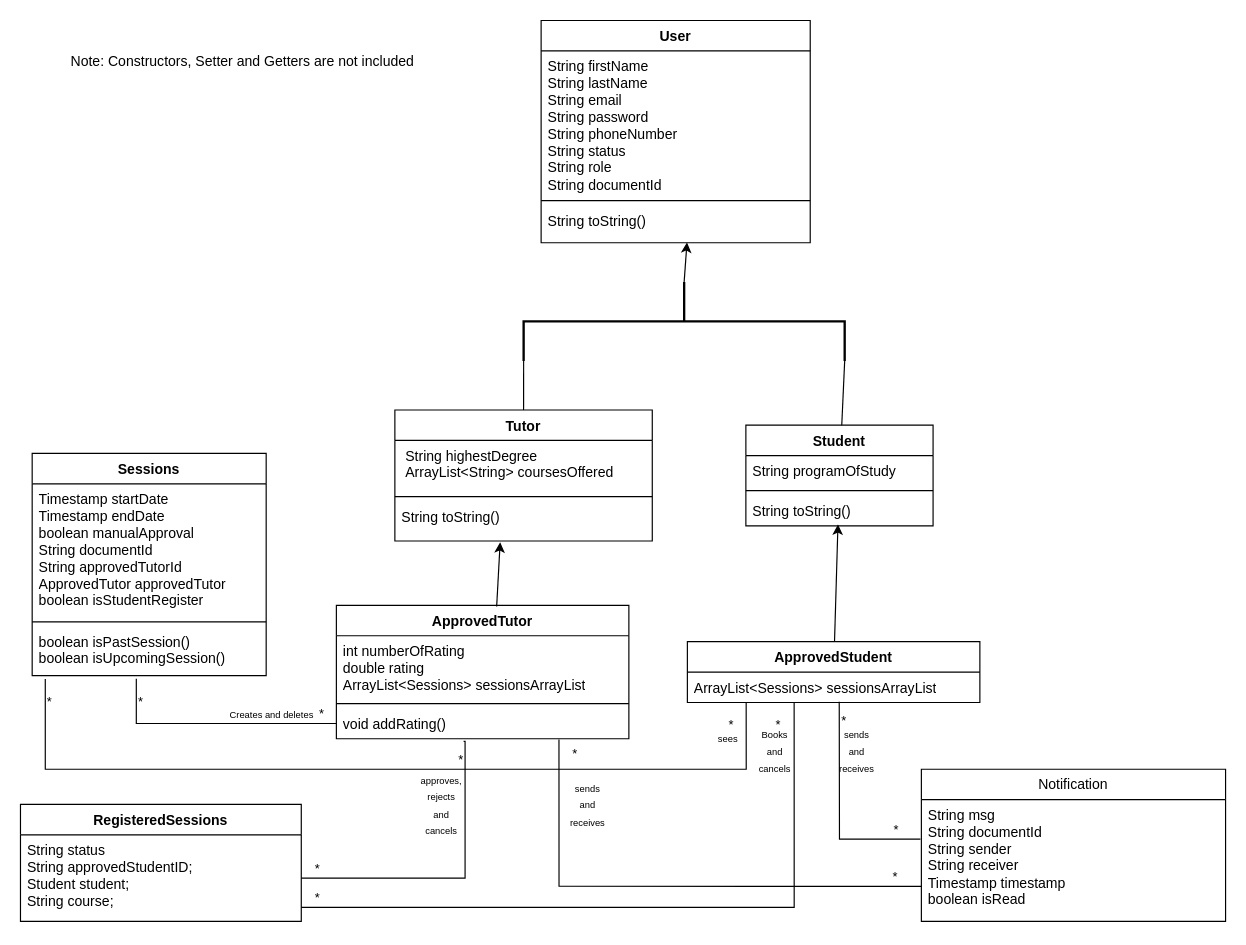
uOttawaSEG/Project-Group-15 keeps this draw.io diagram as finalUML.drawio. Above is the earlier version. Source tidied: cells renumbered, new cells numbered last; positions are measured from the earlier drawing's top-left corner, leaving out a move shared by most shapes. Both pictures are drawn from the tidied source at 117%, with x=0, y=0 at pixel (20, 20).
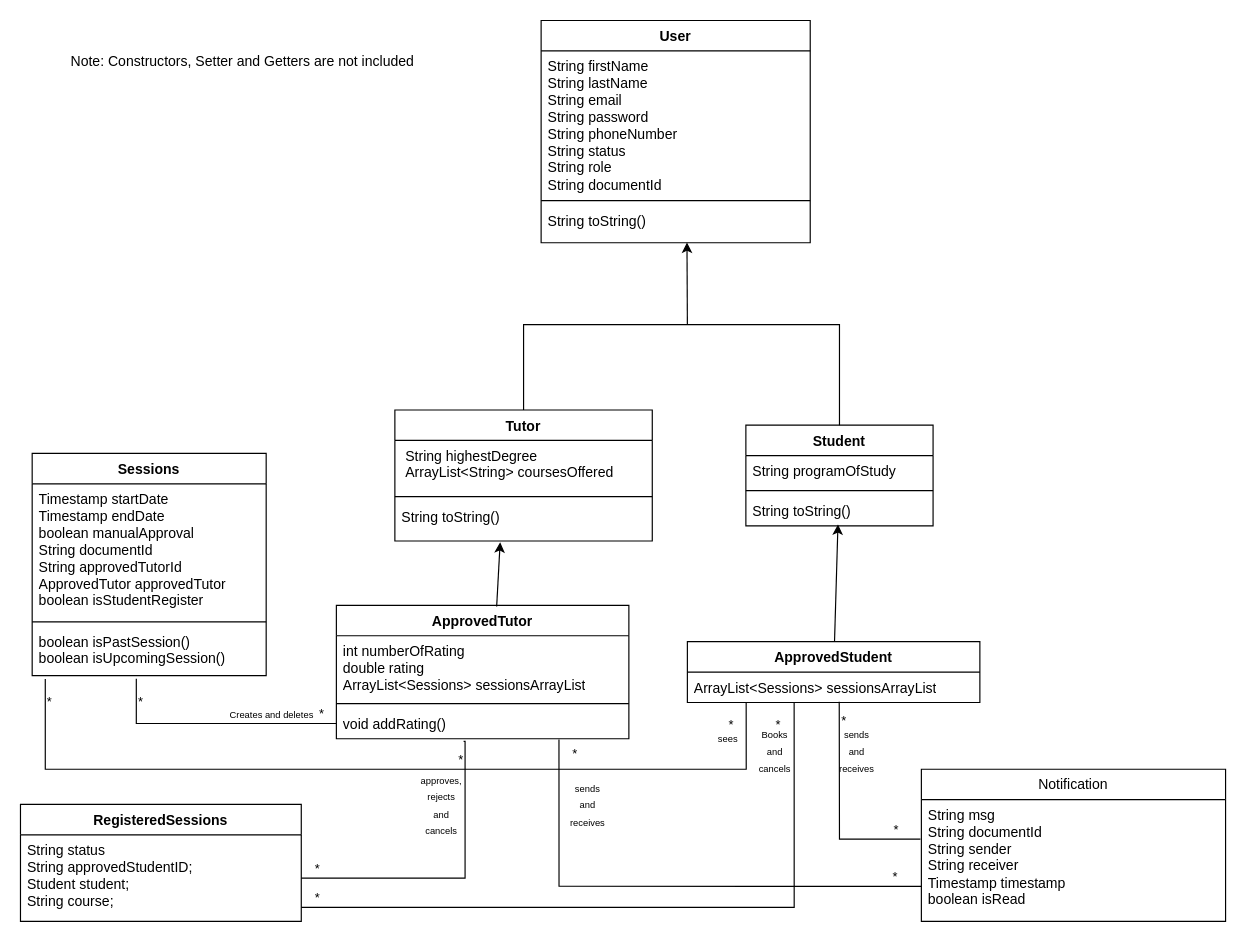
After the change.

The change refers to these unchanged cells:
```xml
<mxCell id="5" value="&lt;div&gt;&lt;span style=&quot;background-color: transparent; color: light-dark(rgb(0, 0, 0), rgb(255, 255, 255));&quot;&gt;String toString()&lt;/span&gt;&lt;/div&gt;" style="text;strokeColor=none;fillColor=none;align=left;verticalAlign=top;spacingLeft=4;spacingRight=4;overflow=hidden;points=[[0,0.5],[1,0.5]];portConstraint=eastwest;whiteSpace=wrap;html=1;" parent="2" vertex="1">
  <mxGeometry y="158" width="230" height="32" as="geometry" />
</mxCell>
<mxCell id="6" value="Student" style="swimlane;fontStyle=1;align=center;verticalAlign=top;horizontal=1;startSize=26;whiteSpace=wrap;html=1;" parent="1" vertex="1">
  <mxGeometry x="620" y="345.9" width="160" height="86" as="geometry" />
</mxCell>
<mxCell id="10" value="Tutor" style="swimlane;fontStyle=1;align=center;verticalAlign=top;horizontal=1;startSize=26;whiteSpace=wrap;html=1;" parent="1" vertex="1">
  <mxGeometry x="320" y="332.9" width="220" height="112" as="geometry" />
</mxCell>
```

What changed in the source:
```diff
@@
-    <mxCell id="21" style="strokeWidth=2;html=1;shape=mxgraph.flowchart.annotation_2;align=left;labelPosition=right;rotation=90;" parent="1" vertex="1">
-      <mxGeometry x="533.5" y="120" width="67.5" height="274.4" as="geometry" />
-    </mxCell>
-    <mxCell id="22" style="endArrow=none;html=1;rounded=0;entryX=1;entryY=1;entryDx=0;entryDy=0;entryPerimeter=0;exitX=0.5;exitY=0;exitDx=0;exitDy=0;" parent="1" edge="1" source="10" target="21">
-      <mxGeometry relative="1" as="geometry" />
+    <mxCell id="22" style="endArrow=none;html=1;rounded=0;exitX=0.5;exitY=0;exitDx=0;exitDy=0;" parent="1" edge="1" source="10" target="6">
+      <mxGeometry relative="1" as="geometry">
+        <Array as="points">
+          <mxPoint x="430" y="260" />
+          <mxPoint x="700" y="260" />
+        </Array>
+      </mxGeometry>
     </mxCell>
-    <mxCell id="23" style="endArrow=none;html=1;rounded=0;entryX=1;entryY=0;entryDx=0;entryDy=0;entryPerimeter=0;" parent="1" edge="1" source="6" target="21">
-      <mxGeometry relative="1" as="geometry" />
-    </mxCell>
-    <mxCell id="24" style="endArrow=classic;html=1;rounded=0;entryX=0.542;entryY=0.99;entryDx=0;entryDy=0;entryPerimeter=0;exitX=0;exitY=0.5;exitDx=0;exitDy=0;exitPerimeter=0;" parent="1" edge="1" source="21" target="5">
-      <mxGeometry relative="1" as="geometry" />
+    <mxCell id="24" style="endArrow=classic;html=1;rounded=0;entryX=0.542;entryY=0.99;entryDx=0;entryDy=0;entryPerimeter=0;" parent="1" edge="1" target="5">
+      <mxGeometry relative="1" as="geometry">
+        <mxPoint x="570" y="260" as="sourcePoint" />
+      </mxGeometry>
     </mxCell>
```
